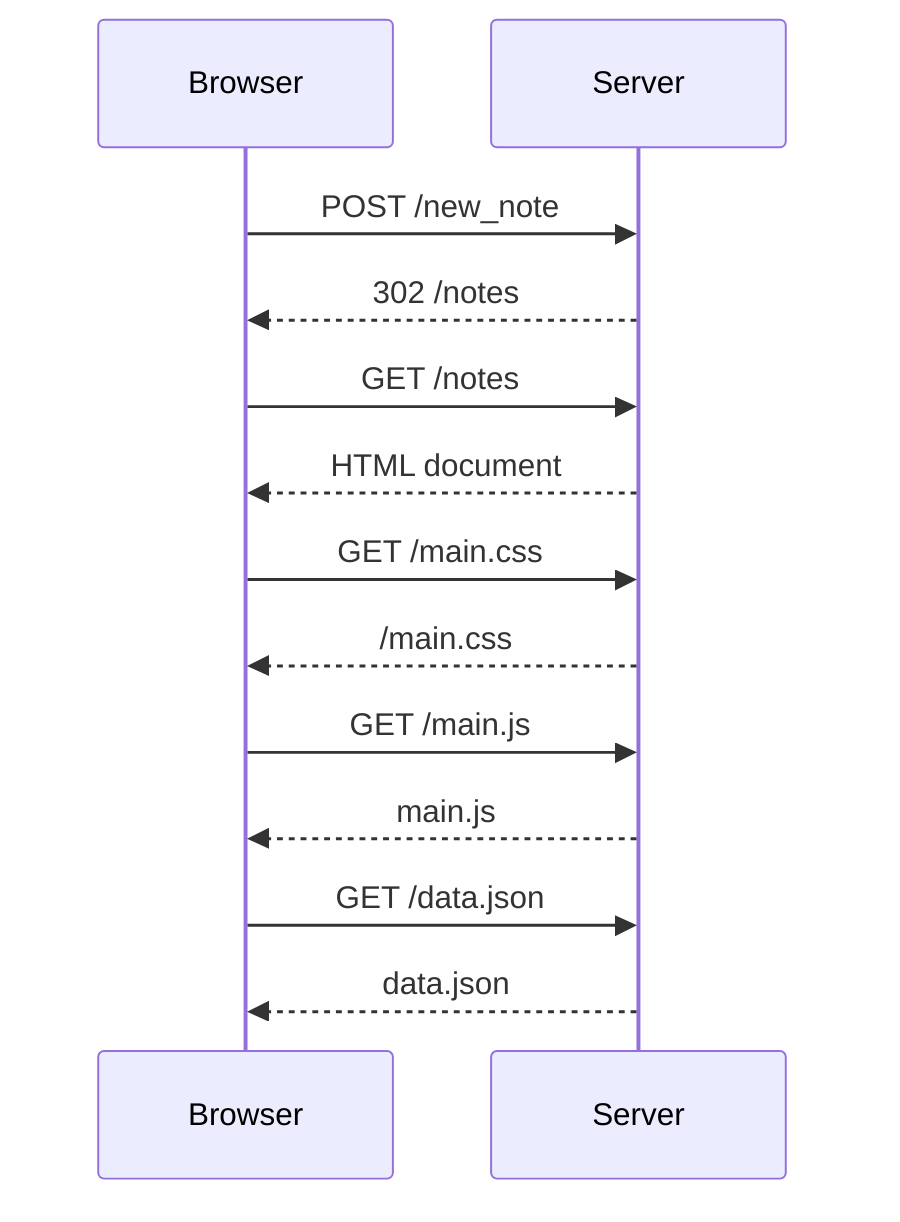
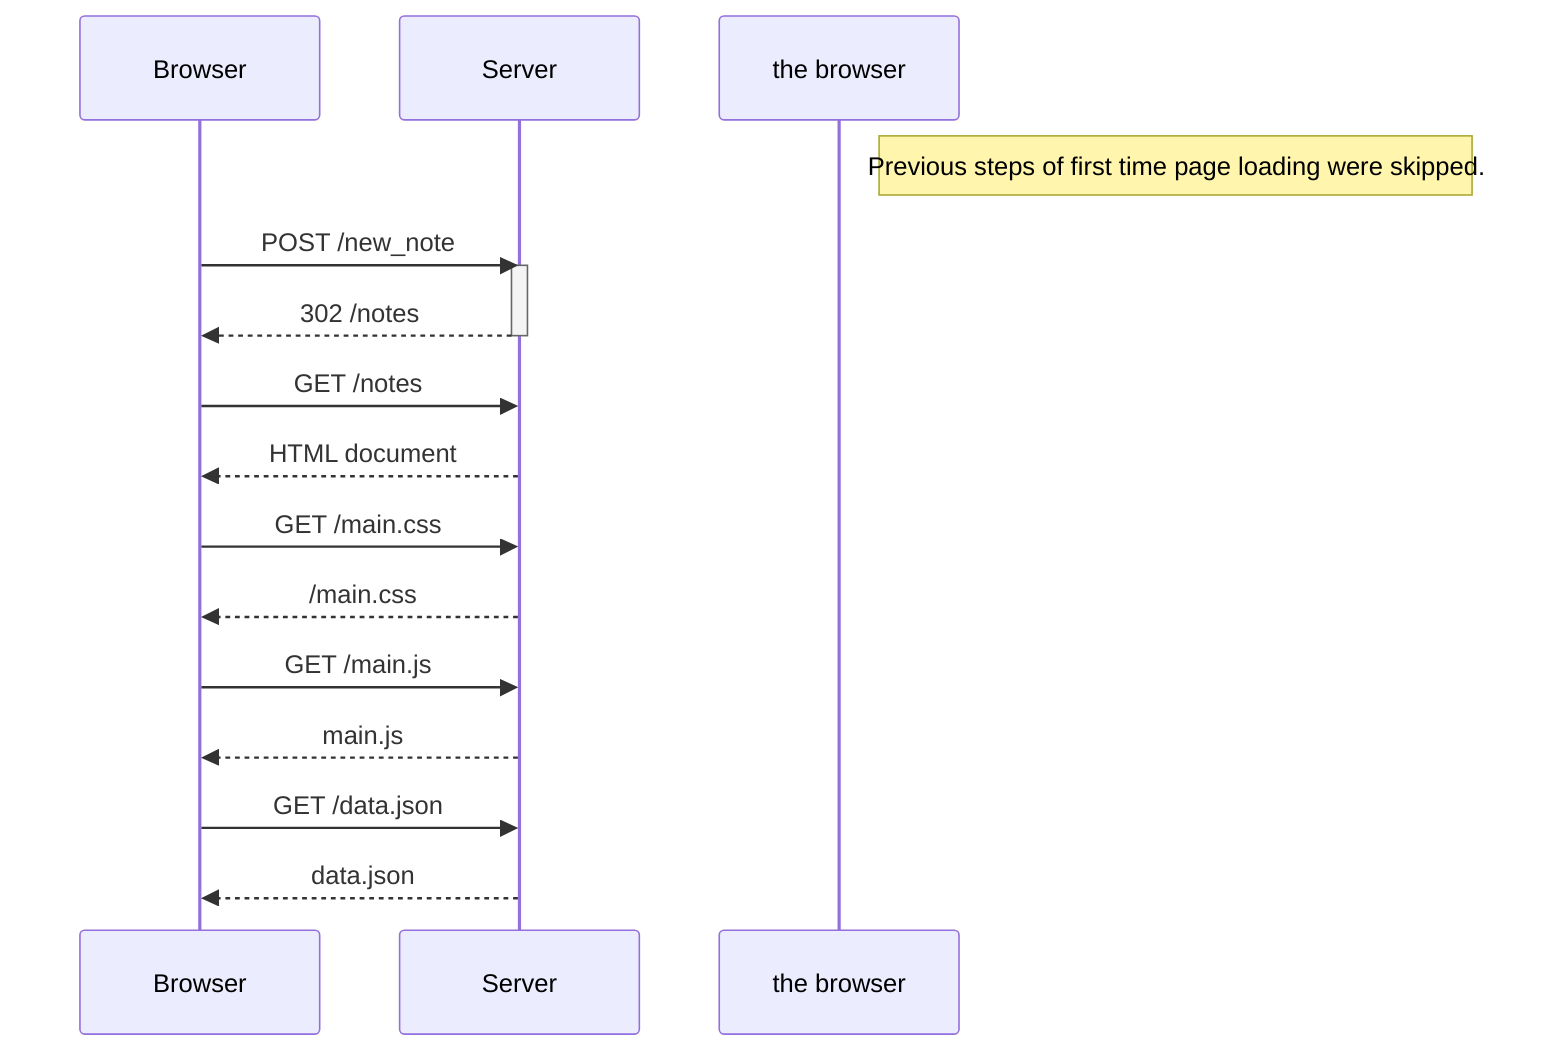
sequenceDiagram
  participant Browser
  participant Server
+   Note right of the browser: Previous steps of first time page loading were skipped.
  Browser ->> Server: POST /new_note
+   activate Server
  Server -->> Browser: 302 /notes
+   deactivate Server
  Browser ->> Server: GET /notes
  Server -->> Browser: HTML document
  Browser ->> Server: GET /main.css
  Server -->> Browser: /main.css
  Browser ->> Server: GET /main.js
  Server -->> Browser: main.js
  Browser ->> Server: GET /data.json
  Server -->> Browser: data.json
